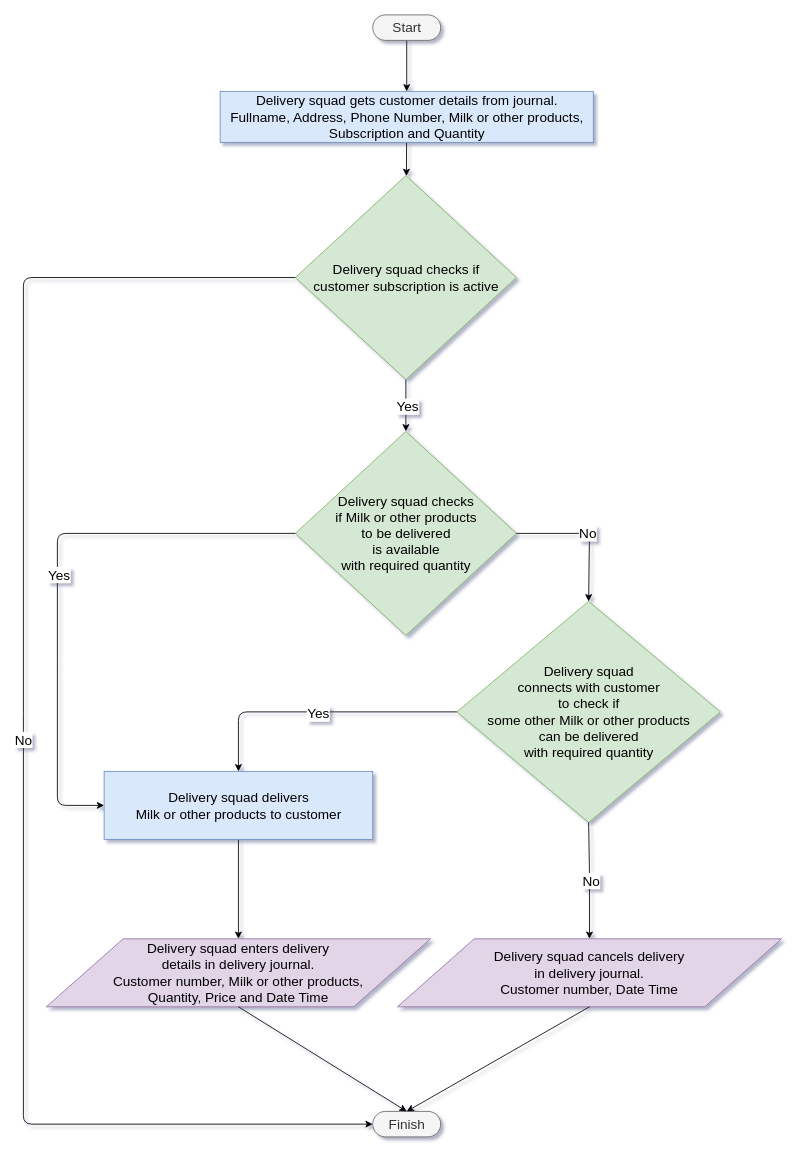
The draw.io diagram docs/diagram/delivery_process.drawio in dudhwalas/dudhwala, before the edit. Source tidied: cells renumbered, new cells numbered last; positions are measured from the earlier drawing's top-left corner, leaving out a move shared by most shapes. Both pictures are drawn from the tidied source at 85%, with x=0, y=0 at pixel (23, 14).
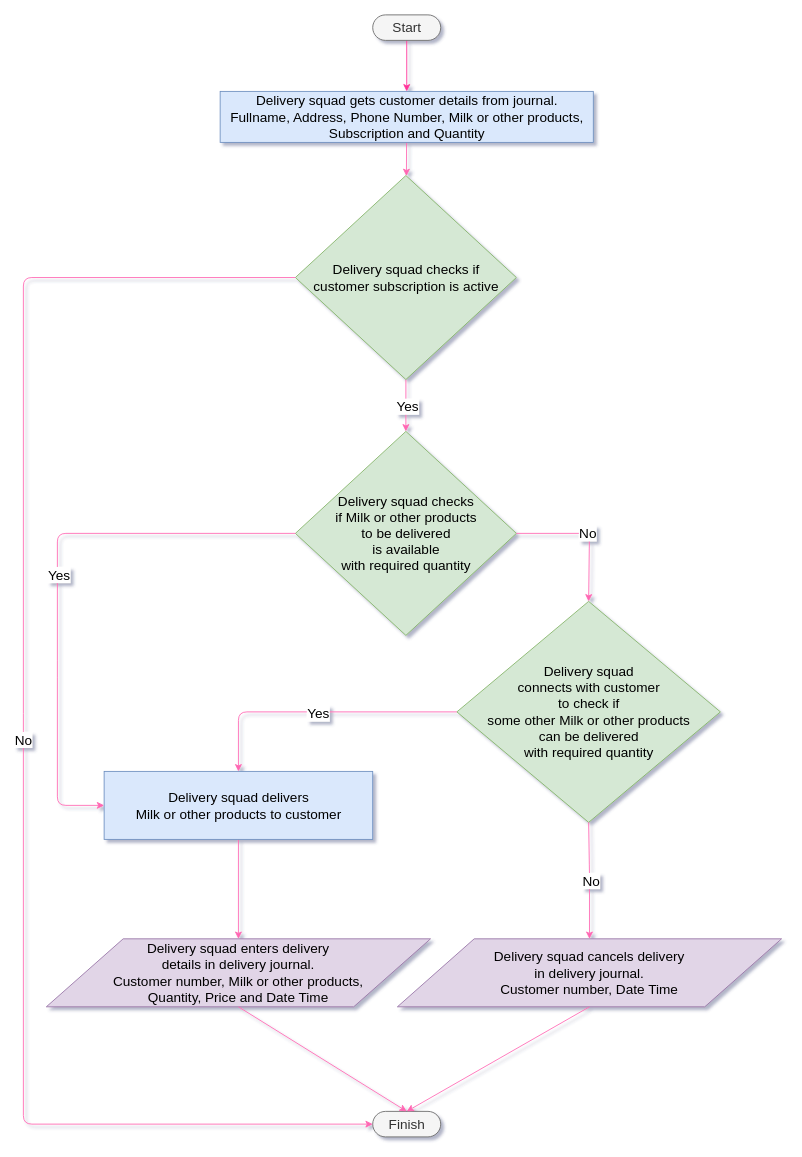
Above is the later version.

Unchanged cells that the change refers to:
```xml
<mxCell id="3" value="&lt;font style=&quot;font-size: 16px;&quot;&gt;Start&lt;/font&gt;" style="html=1;dashed=0;whitespace=wrap;shape=mxgraph.dfd.start;fillColor=#f5f5f5;fontColor=#333333;strokeColor=#666666;fontSize=16;" parent="1" vertex="1">
  <mxGeometry x="411" width="80" height="30" as="geometry" />
</mxCell>
<mxCell id="6" value="&lt;span class=&quot;nodeLabel&quot; style=&quot;font-size: 16px;&quot;&gt;Delivery squad checks if &lt;br style=&quot;font-size: 16px;&quot;&gt;customer subscription is active&lt;/span&gt;" style="shape=rhombus;html=1;dashed=0;whitespace=wrap;perimeter=rhombusPerimeter;fillColor=#d5e8d4;strokeColor=#82b366;fontSize=16;" parent="1" vertex="1">
  <mxGeometry x="320" y="189" width="260" height="240" as="geometry" />
</mxCell>
<mxCell id="8" value="&lt;span class=&quot;nodeLabel&quot; style=&quot;font-size: 16px;&quot;&gt;Delivery squad delivers &lt;br style=&quot;font-size: 16px;&quot;&gt; Milk or other products to customer&lt;/span&gt;" style="html=1;dashed=0;whitespace=wrap;fillColor=#dae8fc;strokeColor=#6c8ebf;fontSize=16;" parent="1" vertex="1">
  <mxGeometry x="95" y="890" width="316" height="80" as="geometry" />
</mxCell>
<mxCell id="9" value="&lt;span class=&quot;nodeLabel&quot; style=&quot;font-size: 16px;&quot;&gt;Delivery squad enters delivery &lt;br style=&quot;font-size: 16px;&quot;&gt;details in delivery journal. &lt;br style=&quot;font-size: 16px;&quot;&gt; Customer number, Milk or other products, &lt;br style=&quot;font-size: 16px;&quot;&gt;Quantity, Price and Date Time&lt;/span&gt;" style="shape=parallelogram;perimeter=parallelogramPerimeter;whiteSpace=wrap;html=1;dashed=0;fillColor=#e1d5e7;strokeColor=#9673a6;fontSize=16;" parent="1" vertex="1">
  <mxGeometry x="27" y="1087" width="452" height="80" as="geometry" />
</mxCell>
<mxCell id="10" value="Finish" style="html=1;dashed=0;whitespace=wrap;shape=mxgraph.dfd.start;fillColor=#f5f5f5;fontColor=#333333;strokeColor=#666666;fontSize=16;" parent="1" vertex="1">
  <mxGeometry x="411" y="1290" width="80" height="30" as="geometry" />
</mxCell>
<mxCell id="13" value="&lt;span class=&quot;nodeLabel&quot; style=&quot;font-size: 16px;&quot;&gt;Delivery squad gets customer details from journal. &lt;br style=&quot;font-size: 16px;&quot;&gt; Fullname, Address, Phone Number, Milk or other products, &lt;br style=&quot;font-size: 16px;&quot;&gt; Subscription and Quantity&lt;/span&gt;" style="html=1;dashed=0;whitespace=wrap;fillColor=#dae8fc;strokeColor=#6c8ebf;fontSize=16;" parent="1" vertex="1">
  <mxGeometry x="231.5" y="90" width="439" height="60" as="geometry" />
</mxCell>
<mxCell id="14" value="&lt;span class=&quot;nodeLabel&quot; style=&quot;font-size: 16px;&quot;&gt;Delivery squad checks &lt;br style=&quot;font-size: 16px;&quot;&gt; if Milk or other products &lt;br style=&quot;font-size: 16px;&quot;&gt; to be delivered &lt;br style=&quot;font-size: 16px;&quot;&gt; is available  &lt;br style=&quot;font-size: 16px;&quot;&gt; with required quantity&lt;/span&gt;" style="shape=rhombus;html=1;dashed=0;whitespace=wrap;perimeter=rhombusPerimeter;fillColor=#d5e8d4;strokeColor=#82b366;fontSize=16;" parent="1" vertex="1">
  <mxGeometry x="320" y="490" width="260" height="240" as="geometry" />
</mxCell>
<mxCell id="15" value="&lt;span class=&quot;nodeLabel&quot; style=&quot;font-size: 16px;&quot;&gt;Delivery squad &lt;br style=&quot;font-size: 16px;&quot;&gt; connects with customer &lt;br style=&quot;font-size: 16px;&quot;&gt; to check if &lt;br style=&quot;font-size: 16px;&quot;&gt; some other Milk or other products &lt;br style=&quot;font-size: 16px;&quot;&gt; can be delivered &lt;br style=&quot;font-size: 16px;&quot;&gt; with required quantity&lt;/span&gt;" style="shape=rhombus;html=1;dashed=0;whitespace=wrap;perimeter=rhombusPerimeter;fillColor=#d5e8d4;strokeColor=#82b366;fontSize=16;" parent="1" vertex="1">
  <mxGeometry x="510" y="690" width="310" height="260" as="geometry" />
</mxCell>
<mxCell id="22" value="&lt;span class=&quot;nodeLabel&quot; style=&quot;font-size: 16px;&quot;&gt;Delivery squad cancels delivery &lt;br style=&quot;font-size: 16px;&quot;&gt; in delivery journal. &lt;br style=&quot;font-size: 16px;&quot;&gt; Customer number, Date Time&lt;/span&gt;" style="shape=parallelogram;perimeter=parallelogramPerimeter;whiteSpace=wrap;html=1;dashed=0;fillColor=#e1d5e7;strokeColor=#9673a6;fontSize=16;" parent="1" vertex="1">
  <mxGeometry x="440" y="1087" width="452" height="80" as="geometry" />
</mxCell>
```

Diff of the diagram source:
```diff
@@
-    <mxCell id="2" style="edgeStyle=none;html=1;fontSize=16;entryX=0.5;entryY=0;entryDx=0;entryDy=0;" parent="1" edge="1" source="3" target="13">
+    <mxCell id="2" style="edgeStyle=none;html=1;fontSize=16;entryX=0.5;entryY=0;entryDx=0;entryDy=0;strokeColor=#FF3399;" parent="1" edge="1" source="3" target="13">
       <mxGeometry relative="1" as="geometry" />
     </mxCell>
@@
-    <mxCell id="4" style="edgeStyle=none;html=1;fontSize=16;entryX=0.5;entryY=0;entryDx=0;entryDy=0;exitX=0.5;exitY=1;exitDx=0;exitDy=0;" parent="1" edge="1" source="6" target="14">
+    <mxCell id="4" style="edgeStyle=none;html=1;fontSize=16;entryX=0.5;entryY=0;entryDx=0;entryDy=0;exitX=0.5;exitY=1;exitDx=0;exitDy=0;strokeColor=#FF66B3;" parent="1" edge="1" source="6" target="14">
       <mxGeometry relative="1" as="geometry" />
     </mxCell>
@@
-    <mxCell id="7" style="edgeStyle=none;html=1;fontSize=16;" parent="1" edge="1" source="8" target="9">
+    <mxCell id="7" style="edgeStyle=none;html=1;fontSize=16;strokeColor=#FF66B3;" parent="1" edge="1" source="8" target="9">
       <mxGeometry relative="1" as="geometry" />
     </mxCell>
@@
-    <mxCell id="11" value="No" style="edgeStyle=none;html=1;entryX=0;entryY=0.5;entryDx=0;entryDy=0;entryPerimeter=0;exitX=0;exitY=0.5;exitDx=0;exitDy=0;fontSize=16;" parent="1" edge="1" source="6" target="10">
+    <mxCell id="11" value="No" style="edgeStyle=none;html=1;entryX=0;entryY=0.5;entryDx=0;entryDy=0;entryPerimeter=0;exitX=0;exitY=0.5;exitDx=0;exitDy=0;fontSize=16;strokeColor=#FF66B3;" parent="1" edge="1" source="6" target="10">
       <mxGeometry relative="1" as="geometry">
         <Array as="points">
           <mxPoint y="309" />
           <mxPoint y="832" />
           <mxPoint y="1305" />
         </Array>
       </mxGeometry>
     </mxCell>
-    <mxCell id="12" style="edgeStyle=none;html=1;fontSize=16;" parent="1" edge="1" source="13" target="6">
+    <mxCell id="12" style="edgeStyle=none;html=1;fontSize=16;strokeColor=#FF66B3;" parent="1" edge="1" source="13" target="6">
       <mxGeometry relative="1" as="geometry" />
     </mxCell>
@@
-    <mxCell id="16" style="edgeStyle=none;html=1;fontSize=16;exitX=0;exitY=0.5;exitDx=0;exitDy=0;entryX=0;entryY=0.5;entryDx=0;entryDy=0;" parent="1" edge="1" source="14" target="8">
+    <mxCell id="16" style="edgeStyle=none;html=1;fontSize=16;exitX=0;exitY=0.5;exitDx=0;exitDy=0;entryX=0;entryY=0.5;entryDx=0;entryDy=0;strokeColor=#FF66B3;" parent="1" edge="1" source="14" target="8">
       <mxGeometry relative="1" as="geometry">
         <Array as="points">
           <mxPoint x="40" y="610" />
           <mxPoint x="40" y="770" />
           <mxPoint x="40" y="930" />
         </Array>
       </mxGeometry>
     </mxCell>
@@
-    <mxCell id="18" style="edgeStyle=none;html=1;fontSize=16;entryX=0.5;entryY=0;entryDx=0;entryDy=0;exitX=1;exitY=0.5;exitDx=0;exitDy=0;" parent="1" edge="1" source="14" target="15">
+    <mxCell id="18" style="edgeStyle=none;html=1;fontSize=16;entryX=0.5;entryY=0;entryDx=0;entryDy=0;exitX=1;exitY=0.5;exitDx=0;exitDy=0;strokeColor=#FF66B3;" parent="1" edge="1" source="14" target="15">
       <mxGeometry relative="1" as="geometry">
         <Array as="points">
           <mxPoint x="666" y="610" />
         </Array>
       </mxGeometry>
     </mxCell>
@@
-    <mxCell id="20" style="edgeStyle=none;html=1;fontSize=16;exitX=0;exitY=0.5;exitDx=0;exitDy=0;entryX=0.5;entryY=0;entryDx=0;entryDy=0;" parent="1" edge="1" source="15" target="8">
+    <mxCell id="20" style="edgeStyle=none;html=1;fontSize=16;exitX=0;exitY=0.5;exitDx=0;exitDy=0;entryX=0.5;entryY=0;entryDx=0;entryDy=0;strokeColor=#FF66B3;" parent="1" edge="1" source="15" target="8">
       <mxGeometry relative="1" as="geometry">
         <Array as="points">
           <mxPoint x="253" y="820" />
         </Array>
       </mxGeometry>
     </mxCell>
@@
-    <mxCell id="23" style="edgeStyle=none;html=1;fontSize=16;entryX=0.5;entryY=0.5;entryDx=0;entryDy=-15;entryPerimeter=0;exitX=0.5;exitY=1;exitDx=0;exitDy=0;" parent="1" edge="1" source="9" target="10">
+    <mxCell id="23" style="edgeStyle=none;html=1;fontSize=16;entryX=0.5;entryY=0.5;entryDx=0;entryDy=-15;entryPerimeter=0;exitX=0.5;exitY=1;exitDx=0;exitDy=0;strokeColor=#FF66B3;" parent="1" edge="1" source="9" target="10">
       <mxGeometry relative="1" as="geometry" />
     </mxCell>
-    <mxCell id="24" style="edgeStyle=none;html=1;fontSize=16;entryX=0.5;entryY=0.5;entryDx=0;entryDy=-15;entryPerimeter=0;exitX=0.5;exitY=1;exitDx=0;exitDy=0;" parent="1" edge="1" source="22" target="10">
+    <mxCell id="24" style="edgeStyle=none;html=1;fontSize=16;entryX=0.5;entryY=0.5;entryDx=0;entryDy=-15;entryPerimeter=0;exitX=0.5;exitY=1;exitDx=0;exitDy=0;strokeColor=#FF66B3;" parent="1" edge="1" source="22" target="10">
       <mxGeometry relative="1" as="geometry" />
     </mxCell>
-    <mxCell id="25" style="edgeStyle=none;html=1;fontSize=16;entryX=0.5;entryY=0;entryDx=0;entryDy=0;exitX=0.5;exitY=1;exitDx=0;exitDy=0;" parent="1" edge="1" source="15" target="22">
+    <mxCell id="25" style="edgeStyle=none;html=1;fontSize=16;entryX=0.5;entryY=0;entryDx=0;entryDy=0;exitX=0.5;exitY=1;exitDx=0;exitDy=0;strokeColor=#FF66B3;" parent="1" edge="1" source="15" target="22">
       <mxGeometry relative="1" as="geometry">
         <Array as="points">
           <mxPoint x="666" y="1010" />
         </Array>
       </mxGeometry>
     </mxCell>
```
